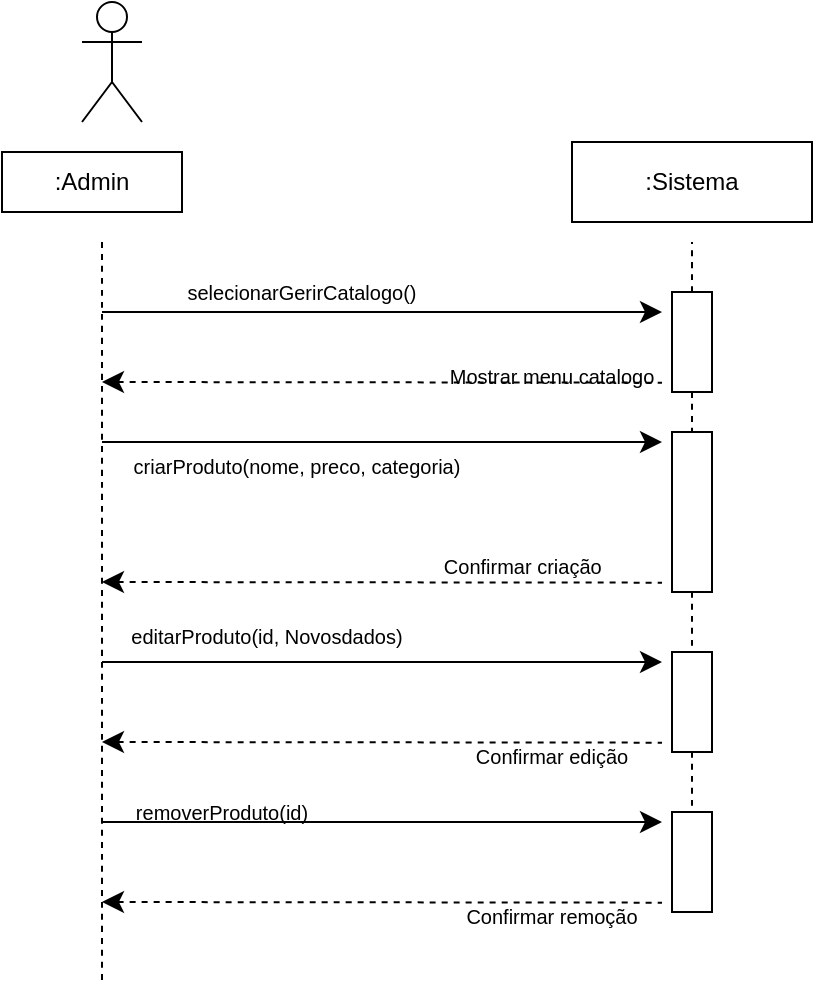
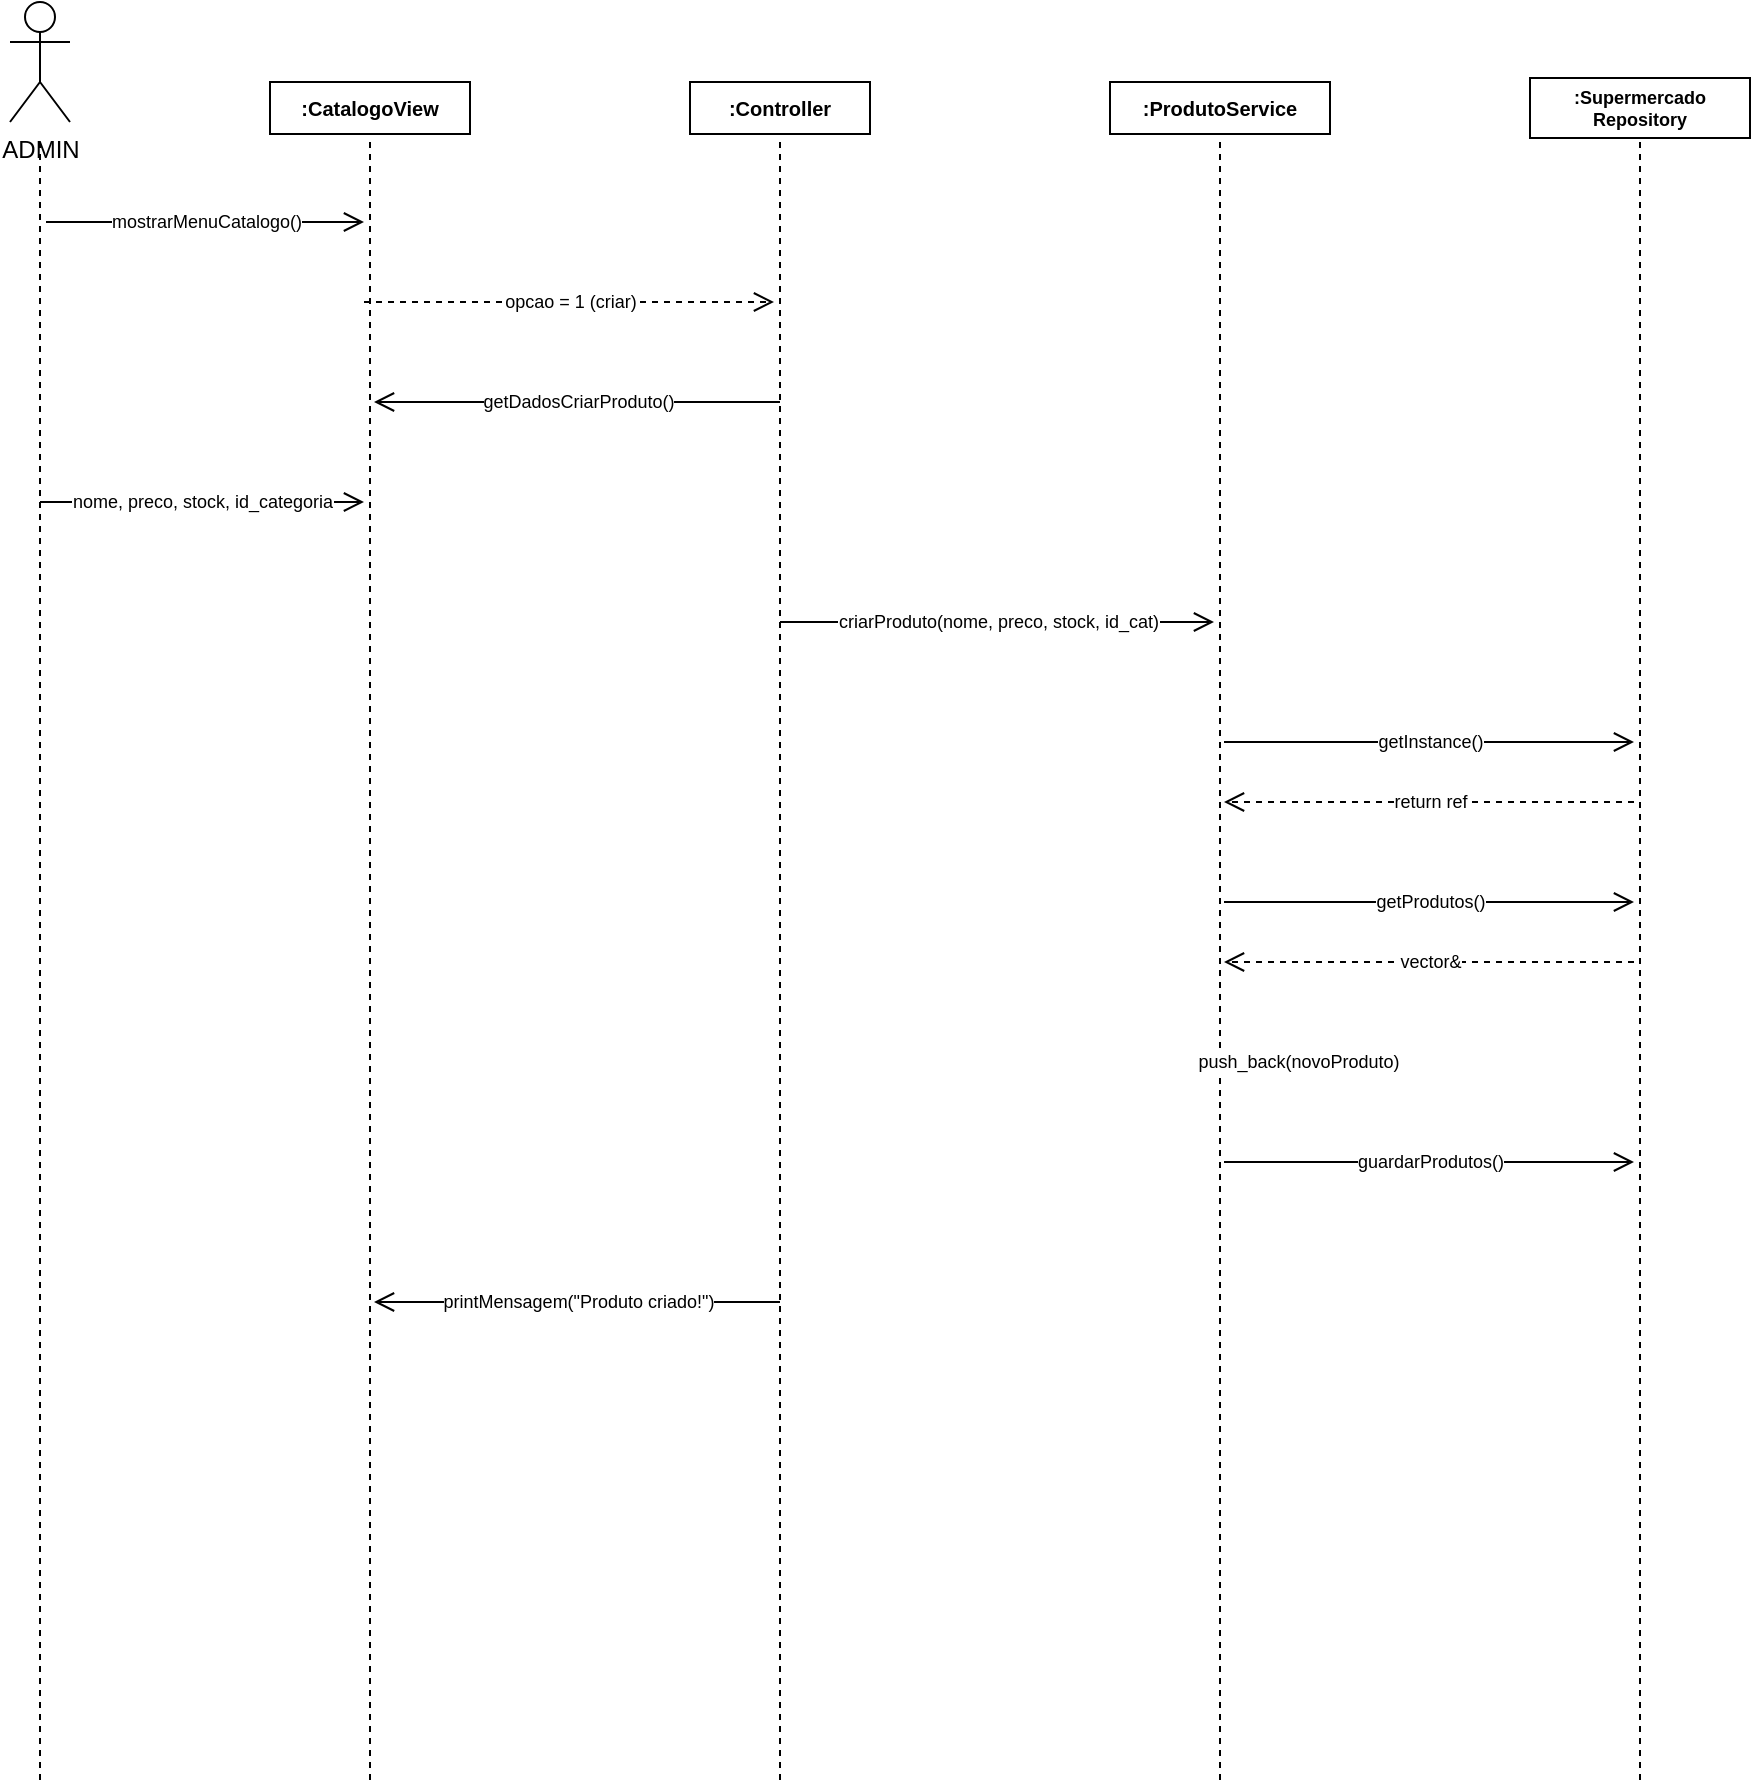
<mxfile host="app.diagrams.net">
-   <diagram name="Page-1" id="gLzY6KWBv10CbBK-cKQt">
-     <mxGraphModel dx="787" dy="367" grid="1" gridSize="10" guides="1" tooltips="1" connect="1" arrows="1" fold="1" page="1" pageScale="1" pageWidth="850" pageHeight="1100" math="0" shadow="0">
+   <diagram name="UC01-GerirCatalogo" id="uc01_seq">
+     <mxGraphModel dx="1200" dy="900" grid="1" gridSize="10" guides="1" tooltips="1" connect="1" arrows="1" fold="1" page="1" pageScale="1" pageWidth="1050" pageHeight="950" math="0" shadow="0">
      <root>
        <mxCell id="0" />
        <mxCell id="1" parent="0" />
-         <mxCell id="dupzYkKquYSHnxmJmB-P-13" edge="1" parent="1" style="edgeStyle=none;curved=1;rounded=0;orthogonalLoop=1;jettySize=auto;html=1;fontSize=12;startSize=8;endSize=8;">
-           <mxGeometry relative="1" as="geometry">
-             <mxPoint x="180" y="195" as="sourcePoint" />
-             <mxPoint x="460" y="195" as="targetPoint" />
+ 
+         <mxCell id="actor" parent="1" style="shape=umlActor;verticalLabelPosition=bottom;verticalAlign=top;html=1;outlineConnect=0;" value="ADMIN" vertex="1">
+           <mxGeometry height="60" width="30" x="40" y="30" as="geometry" />
+         </mxCell>
+         <mxCell id="life_actor" parent="1" style="endArrow=none;html=1;dashed=1;strokeWidth=1;" edge="1">
+           <mxGeometry height="820" width="2" relative="1" as="geometry">
+             <mxPoint x="55" y="100" as="sourcePoint" />
+             <mxPoint x="55" y="920" as="targetPoint" />
          </mxGeometry>
        </mxCell>
-         <mxCell id="dupzYkKquYSHnxmJmB-P-15" edge="1" parent="1" style="edgeStyle=none;curved=1;rounded=0;orthogonalLoop=1;jettySize=auto;html=1;fontSize=12;startSize=8;endSize=8;startArrow=classic;startFill=1;endArrow=none;endFill=0;dashed=1;">
-           <mxGeometry relative="1" as="geometry">
-             <mxPoint x="180" y="230" as="sourcePoint" />
-             <mxPoint x="460" y="230.33" as="targetPoint" />
+ 
+         <mxCell id="cv_header" parent="1" style="rounded=0;whiteSpace=wrap;html=1;fontStyle=1;fontSize=10;" value=":CatalogoView" vertex="1">
+           <mxGeometry height="26" width="100" x="170" y="70" as="geometry" />
+         </mxCell>
+         <mxCell id="life_cv" parent="1" style="endArrow=none;html=1;dashed=1;strokeWidth=1;" edge="1">
+           <mxGeometry height="820" width="2" relative="1" as="geometry">
+             <mxPoint x="220" y="100" as="sourcePoint" />
+             <mxPoint x="220" y="920" as="targetPoint" />
          </mxGeometry>
        </mxCell>
-         <mxCell id="dupzYkKquYSHnxmJmB-P-19" parent="1" style="text;html=1;whiteSpace=wrap;strokeColor=none;fillColor=none;align=center;verticalAlign=middle;rounded=0;fontSize=16;" value="&lt;font style=&quot;font-size: 10px;&quot;&gt;Mostrar menu catalogo&lt;/font&gt;" vertex="1">
-           <mxGeometry height="30" width="140" x="335" y="210" as="geometry" />
+ 
+         <mxCell id="ctrl_header" parent="1" style="rounded=0;whiteSpace=wrap;html=1;fontStyle=1;fontSize=10;" value=":Controller" vertex="1">
+           <mxGeometry height="26" width="90" x="380" y="70" as="geometry" />
        </mxCell>
-         <mxCell id="dupzYkKquYSHnxmJmB-P-22" edge="1" parent="1" source="dupzYkKquYSHnxmJmB-P-21" style="edgeStyle=none;curved=1;rounded=0;orthogonalLoop=1;jettySize=auto;html=1;entryX=0.5;entryY=1;entryDx=0;entryDy=0;fontSize=12;startSize=8;endSize=8;endArrow=none;endFill=0;dashed=1;">
-           <mxGeometry relative="1" as="geometry">
-             <mxPoint x="475" y="160" as="targetPoint" />
+         <mxCell id="life_ctrl" parent="1" style="endArrow=none;html=1;dashed=1;strokeWidth=1;" edge="1">
+           <mxGeometry height="820" width="2" relative="1" as="geometry">
+             <mxPoint x="425" y="100" as="sourcePoint" />
+             <mxPoint x="425" y="920" as="targetPoint" />
          </mxGeometry>
        </mxCell>
-         <mxCell id="dupzYkKquYSHnxmJmB-P-33" edge="1" parent="1" source="dupzYkKquYSHnxmJmB-P-21" style="edgeStyle=none;curved=1;rounded=0;orthogonalLoop=1;jettySize=auto;html=1;exitX=1;exitY=0.5;exitDx=0;exitDy=0;entryX=0;entryY=0.5;entryDx=0;entryDy=0;fontSize=12;startSize=8;endSize=8;dashed=1;endArrow=none;endFill=0;" target="dupzYkKquYSHnxmJmB-P-24">
-           <mxGeometry relative="1" as="geometry" />
+ 
+         <mxCell id="ps_header" parent="1" style="rounded=0;whiteSpace=wrap;html=1;fontStyle=1;fontSize=10;" value=":ProdutoService" vertex="1">
+           <mxGeometry height="26" width="110" x="590" y="70" as="geometry" />
        </mxCell>
-         <mxCell id="dupzYkKquYSHnxmJmB-P-21" parent="1" style="rounded=0;whiteSpace=wrap;html=1;rotation=90;" value="" vertex="1">
-           <mxGeometry height="20" width="50" x="450" y="200" as="geometry" />
-         </mxCell>
-         <mxCell id="dupzYkKquYSHnxmJmB-P-23" edge="1" parent="1" style="edgeStyle=none;orthogonalLoop=1;jettySize=auto;html=1;rounded=0;fontSize=12;startSize=8;endSize=8;curved=1;endArrow=none;endFill=0;dashed=1;" value="">
-           <mxGeometry relative="1" width="140" as="geometry">
-             <Array as="points" />
-             <mxPoint x="180" y="160" as="sourcePoint" />
-             <mxPoint x="180" y="530" as="targetPoint" />
+         <mxCell id="life_ps" parent="1" style="endArrow=none;html=1;dashed=1;strokeWidth=1;" edge="1">
+           <mxGeometry height="820" width="2" relative="1" as="geometry">
+             <mxPoint x="645" y="100" as="sourcePoint" />
+             <mxPoint x="645" y="920" as="targetPoint" />
          </mxGeometry>
        </mxCell>
-         <mxCell id="dupzYkKquYSHnxmJmB-P-35" edge="1" parent="1" source="dupzYkKquYSHnxmJmB-P-24" style="edgeStyle=none;curved=1;rounded=0;orthogonalLoop=1;jettySize=auto;html=1;exitX=1;exitY=0.5;exitDx=0;exitDy=0;entryX=0;entryY=0.5;entryDx=0;entryDy=0;fontSize=12;startSize=8;endSize=8;dashed=1;endArrow=none;endFill=0;" target="dupzYkKquYSHnxmJmB-P-34">
-           <mxGeometry relative="1" as="geometry" />
+ 
+         <mxCell id="repo_header" parent="1" style="rounded=0;whiteSpace=wrap;html=1;fontStyle=1;fontSize=9;" value=":Supermercado&#xa;Repository" vertex="1">
+           <mxGeometry height="30" width="110" x="800" y="68" as="geometry" />
        </mxCell>
-         <mxCell id="dupzYkKquYSHnxmJmB-P-24" parent="1" style="rounded=0;whiteSpace=wrap;html=1;rotation=90;" value="" vertex="1">
-           <mxGeometry height="20" width="80" x="435" y="285" as="geometry" />
-         </mxCell>
-         <mxCell id="dupzYkKquYSHnxmJmB-P-25" edge="1" parent="1" style="edgeStyle=none;curved=1;rounded=0;orthogonalLoop=1;jettySize=auto;html=1;fontSize=12;startSize=8;endSize=8;">
-           <mxGeometry relative="1" as="geometry">
-             <mxPoint x="180" y="260" as="sourcePoint" />
-             <mxPoint x="460" y="260" as="targetPoint" />
+         <mxCell id="life_repo" parent="1" style="endArrow=none;html=1;dashed=1;strokeWidth=1;" edge="1">
+           <mxGeometry height="820" width="2" relative="1" as="geometry">
+             <mxPoint x="855" y="100" as="sourcePoint" />
+             <mxPoint x="855" y="920" as="targetPoint" />
          </mxGeometry>
        </mxCell>
-         <mxCell id="dupzYkKquYSHnxmJmB-P-26" parent="1" style="text;html=1;whiteSpace=wrap;strokeColor=none;fillColor=none;align=center;verticalAlign=middle;rounded=0;fontSize=16;" value="&lt;font style=&quot;font-size: 10px;&quot;&gt;criarProduto(nome, preco, categoria)&lt;/font&gt;" vertex="1">
-           <mxGeometry height="30" width="275" x="140" y="255" as="geometry" />
-         </mxCell>
-         <mxCell id="dupzYkKquYSHnxmJmB-P-31" edge="1" parent="1" style="edgeStyle=none;curved=1;rounded=0;orthogonalLoop=1;jettySize=auto;html=1;fontSize=12;startSize=8;endSize=8;startArrow=classic;startFill=1;endArrow=none;endFill=0;dashed=1;">
-           <mxGeometry relative="1" as="geometry">
-             <mxPoint x="180" y="330" as="sourcePoint" />
-             <mxPoint x="460" y="330.33000000000004" as="targetPoint" />
+ 
+         <mxCell id="msg1" parent="1" style="endArrow=open;html=1;fontSize=9;endSize=8;" value="mostrarMenuCatalogo()" edge="1">
+           <mxGeometry width="2" relative="1" as="geometry">
+             <mxPoint x="58" y="140" as="sourcePoint" />
+             <mxPoint x="217" y="140" as="targetPoint" />
          </mxGeometry>
        </mxCell>
-         <mxCell id="dupzYkKquYSHnxmJmB-P-32" parent="1" style="text;html=1;whiteSpace=wrap;strokeColor=none;fillColor=none;align=center;verticalAlign=middle;rounded=0;fontSize=16;" value="&lt;font style=&quot;font-size: 10px;&quot;&gt;&amp;nbsp;Confirmar criação&lt;/font&gt;" vertex="1">
-           <mxGeometry height="30" width="117.5" x="330" y="305" as="geometry" />
-         </mxCell>
-         <mxCell id="dupzYkKquYSHnxmJmB-P-44" edge="1" parent="1" source="dupzYkKquYSHnxmJmB-P-34" style="edgeStyle=none;curved=1;rounded=0;orthogonalLoop=1;jettySize=auto;html=1;exitX=1;exitY=0.5;exitDx=0;exitDy=0;entryX=0;entryY=0.5;entryDx=0;entryDy=0;fontSize=12;startSize=8;endSize=8;dashed=1;endArrow=none;endFill=0;" target="dupzYkKquYSHnxmJmB-P-43">
-           <mxGeometry relative="1" as="geometry" />
-         </mxCell>
-         <mxCell id="dupzYkKquYSHnxmJmB-P-34" parent="1" style="rounded=0;whiteSpace=wrap;html=1;rotation=90;" value="" vertex="1">
-           <mxGeometry height="20" width="50" x="450" y="380" as="geometry" />
-         </mxCell>
-         <mxCell id="dupzYkKquYSHnxmJmB-P-36" edge="1" parent="1" style="edgeStyle=none;curved=1;rounded=0;orthogonalLoop=1;jettySize=auto;html=1;fontSize=12;startSize=8;endSize=8;">
-           <mxGeometry relative="1" as="geometry">
-             <mxPoint x="180" y="370" as="sourcePoint" />
-             <mxPoint x="460" y="370" as="targetPoint" />
+ 
+         <mxCell id="msg2" parent="1" style="endArrow=open;html=1;fontSize=9;dashed=1;endSize=8;" value="opcao = 1 (criar)" edge="1">
+           <mxGeometry width="2" relative="1" as="geometry">
+             <mxPoint x="217" y="180" as="sourcePoint" />
+             <mxPoint x="422" y="180" as="targetPoint" />
          </mxGeometry>
        </mxCell>
-         <mxCell id="dupzYkKquYSHnxmJmB-P-37" parent="1" style="text;html=1;whiteSpace=wrap;strokeColor=none;fillColor=none;align=center;verticalAlign=middle;rounded=0;fontSize=16;" value="&lt;font style=&quot;font-size: 10px;&quot;&gt;editarProduto(id, Novosdados)&lt;/font&gt;" vertex="1">
-           <mxGeometry height="30" width="165" x="180" y="340" as="geometry" />
-         </mxCell>
-         <mxCell id="dupzYkKquYSHnxmJmB-P-41" edge="1" parent="1" style="edgeStyle=none;curved=1;rounded=0;orthogonalLoop=1;jettySize=auto;html=1;fontSize=12;startSize=8;endSize=8;startArrow=classic;startFill=1;endArrow=none;endFill=0;dashed=1;">
-           <mxGeometry relative="1" as="geometry">
-             <mxPoint x="180" y="410" as="sourcePoint" />
-             <mxPoint x="460" y="410.33000000000004" as="targetPoint" />
+ 
+         <mxCell id="msg3" parent="1" style="endArrow=open;html=1;fontSize=9;endSize=8;" value="getDadosCriarProduto()" edge="1">
+           <mxGeometry width="2" relative="1" as="geometry">
+             <mxPoint x="425" y="230" as="sourcePoint" />
+             <mxPoint x="222" y="230" as="targetPoint" />
          </mxGeometry>
        </mxCell>
-         <mxCell id="dupzYkKquYSHnxmJmB-P-42" parent="1" style="text;html=1;whiteSpace=wrap;strokeColor=none;fillColor=none;align=center;verticalAlign=middle;rounded=0;fontSize=16;" value="&lt;font style=&quot;font-size: 10px;&quot;&gt;Confirmar edição&lt;/font&gt;" vertex="1">
-           <mxGeometry height="30" width="110" x="350" y="400" as="geometry" />
-         </mxCell>
-         <mxCell id="dupzYkKquYSHnxmJmB-P-43" parent="1" style="rounded=0;whiteSpace=wrap;html=1;rotation=90;" value="" vertex="1">
-           <mxGeometry height="20" width="50" x="450" y="460" as="geometry" />
-         </mxCell>
-         <mxCell id="dupzYkKquYSHnxmJmB-P-47" edge="1" parent="1" style="edgeStyle=none;curved=1;rounded=0;orthogonalLoop=1;jettySize=auto;html=1;fontSize=12;startSize=8;endSize=8;">
-           <mxGeometry relative="1" as="geometry">
-             <mxPoint x="180" y="450" as="sourcePoint" />
-             <mxPoint x="460" y="450" as="targetPoint" />
+ 
+         <mxCell id="msg4" parent="1" style="endArrow=open;html=1;fontSize=9;endSize=8;" value="nome, preco, stock, id_categoria" edge="1">
+           <mxGeometry width="2" relative="1" as="geometry">
+             <mxPoint x="55" y="280" as="sourcePoint" />
+             <mxPoint x="217" y="280" as="targetPoint" />
          </mxGeometry>
        </mxCell>
-         <mxCell id="dupzYkKquYSHnxmJmB-P-48" edge="1" parent="1" style="edgeStyle=none;curved=1;rounded=0;orthogonalLoop=1;jettySize=auto;html=1;fontSize=12;startSize=8;endSize=8;startArrow=classic;startFill=1;endArrow=none;endFill=0;dashed=1;">
-           <mxGeometry relative="1" as="geometry">
-             <mxPoint x="180" y="490" as="sourcePoint" />
-             <mxPoint x="460" y="490.33000000000004" as="targetPoint" />
+ 
+         <mxCell id="msg5" parent="1" style="endArrow=open;html=1;fontSize=9;endSize=8;" value="criarProduto(nome, preco, stock, id_cat)" edge="1">
+           <mxGeometry width="2" relative="1" as="geometry">
+             <mxPoint x="425" y="340" as="sourcePoint" />
+             <mxPoint x="642" y="340" as="targetPoint" />
          </mxGeometry>
        </mxCell>
-         <mxCell id="dupzYkKquYSHnxmJmB-P-50" parent="1" style="text;html=1;whiteSpace=wrap;strokeColor=none;fillColor=none;align=center;verticalAlign=middle;rounded=0;fontSize=16;" value="&lt;font style=&quot;font-size: 10px;&quot;&gt;Confirmar remoção&lt;/font&gt;" vertex="1">
-           <mxGeometry height="30" width="110" x="350" y="480" as="geometry" />
+ 
+         <mxCell id="msg6" parent="1" style="endArrow=open;html=1;fontSize=9;endSize=8;" value="getInstance()" edge="1">
+           <mxGeometry width="2" relative="1" as="geometry">
+             <mxPoint x="647" y="400" as="sourcePoint" />
+             <mxPoint x="852" y="400" as="targetPoint" />
+           </mxGeometry>
        </mxCell>
-         <mxCell id="Ey4ZoZCtD9a0uIFWcwvA-1" parent="1" style="shape=umlActor;verticalLabelPosition=bottom;verticalAlign=top;html=1;outlineConnect=0;" value="" vertex="1">
-           <mxGeometry height="60" width="30" x="170" y="40" as="geometry" />
+ 
+         <mxCell id="msg6b" parent="1" style="endArrow=open;html=1;fontSize=9;dashed=1;endSize=8;" value="return ref" edge="1">
+           <mxGeometry width="2" relative="1" as="geometry">
+             <mxPoint x="852" y="430" as="sourcePoint" />
+             <mxPoint x="647" y="430" as="targetPoint" />
+           </mxGeometry>
        </mxCell>
-         <mxCell id="A7owRcdsELMJQyinhrSb-1" parent="1" style="text;html=1;whiteSpace=wrap;strokeColor=none;fillColor=none;align=center;verticalAlign=middle;rounded=0;" value="&lt;font style=&quot;font-size: 10px;&quot;&gt;selecionarGerirCatalogo()&lt;/font&gt;" vertex="1">
-           <mxGeometry height="30" width="60" x="250" y="170" as="geometry" />
+ 
+         <mxCell id="msg7" parent="1" style="endArrow=open;html=1;fontSize=9;endSize=8;" value="getProdutos()" edge="1">
+           <mxGeometry width="2" relative="1" as="geometry">
+             <mxPoint x="647" y="480" as="sourcePoint" />
+             <mxPoint x="852" y="480" as="targetPoint" />
+           </mxGeometry>
        </mxCell>
-         <mxCell id="A7owRcdsELMJQyinhrSb-3" parent="1" style="text;html=1;whiteSpace=wrap;strokeColor=none;fillColor=none;align=center;verticalAlign=middle;rounded=0;" value="&lt;font style=&quot;font-size: 10px;&quot;&gt;removerProduto(id)&lt;/font&gt;" vertex="1">
-           <mxGeometry height="30" width="60" x="210" y="430" as="geometry" />
+ 
+         <mxCell id="msg7b" parent="1" style="endArrow=open;html=1;fontSize=9;dashed=1;endSize=8;" value="vector&lt;Produto&gt;&amp;" edge="1">
+           <mxGeometry width="2" relative="1" as="geometry">
+             <mxPoint x="852" y="510" as="sourcePoint" />
+             <mxPoint x="647" y="510" as="targetPoint" />
+           </mxGeometry>
        </mxCell>
-         <mxCell id="X668Ea_ZK7pAE3rUGIre-1" parent="1" style="rounded=0;whiteSpace=wrap;html=1;" value=":Sistema" vertex="1">
-           <mxGeometry height="40" width="120" x="415" y="110" as="geometry" />
+ 
+         <mxCell id="msg8" parent="1" style="endArrow=open;html=1;fontSize=9;endSize=8;" value="push_back(novoProduto)" edge="1">
+           <mxGeometry width="2" relative="1" as="geometry">
+             <mxPoint x="647" y="560" as="sourcePoint" />
+             <mxPoint x="720" y="560" as="targetPoint" />
+           </mxGeometry>
        </mxCell>
-         <mxCell id="X668Ea_ZK7pAE3rUGIre-2" parent="1" style="rounded=0;whiteSpace=wrap;html=1;" value=":Admin" vertex="1">
-           <mxGeometry height="30" width="90" x="130" y="115" as="geometry" />
+ 
+         <mxCell id="msg9" parent="1" style="endArrow=open;html=1;fontSize=9;endSize=8;" value="guardarProdutos()" edge="1">
+           <mxGeometry width="2" relative="1" as="geometry">
+             <mxPoint x="647" y="610" as="sourcePoint" />
+             <mxPoint x="852" y="610" as="targetPoint" />
+           </mxGeometry>
+         </mxCell>
+ 
+         <mxCell id="msg10" parent="1" style="endArrow=open;html=1;fontSize=9;endSize=8;" value="printMensagem(&quot;Produto criado!&quot;)" edge="1">
+           <mxGeometry width="2" relative="1" as="geometry">
+             <mxPoint x="425" y="680" as="sourcePoint" />
+             <mxPoint x="222" y="680" as="targetPoint" />
+           </mxGeometry>
        </mxCell>
      </root>
    </mxGraphModel>
  </diagram>
</mxfile>
